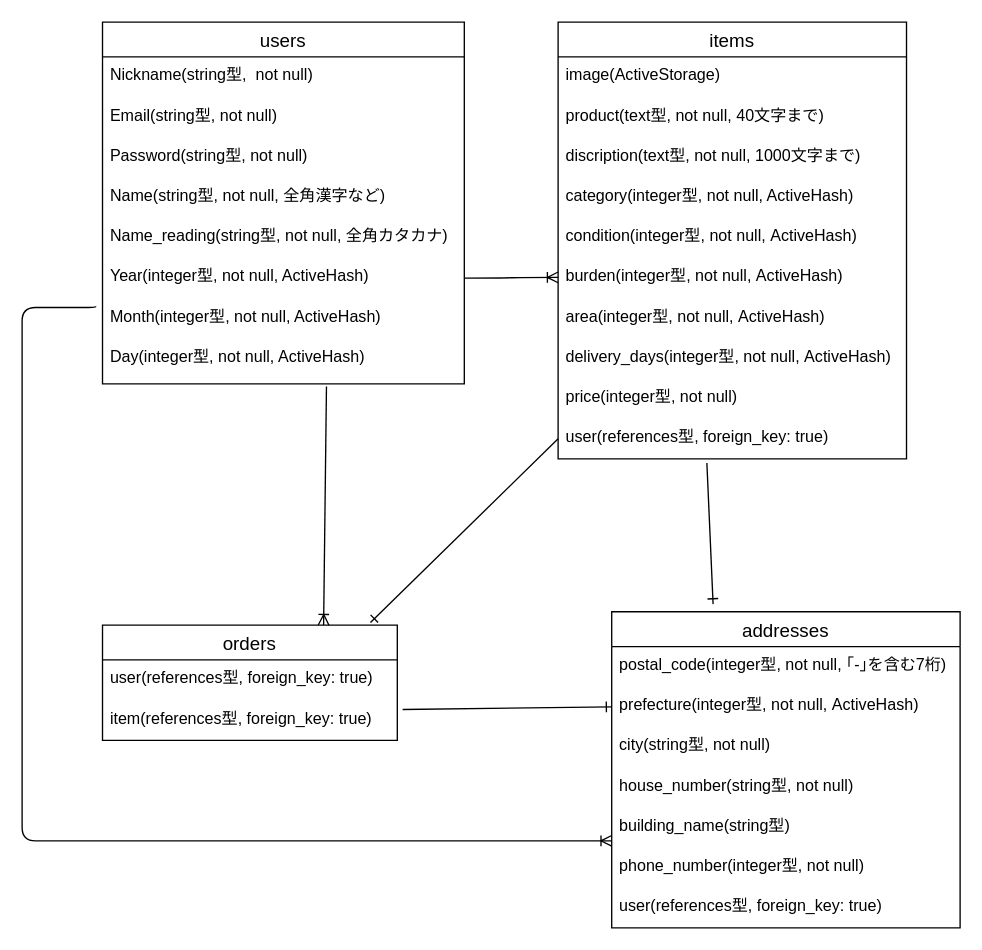
Earlier version of the draw.io diagram test.dio (Suguhito65/furima-31095). Source tidied: cells renumbered, new cells numbered last; positions are measured from the earlier drawing's top-left corner, leaving out a move shared by most shapes. Both pictures are drawn from the tidied source at 134%, with x=0, y=0 at pixel (21, 21).
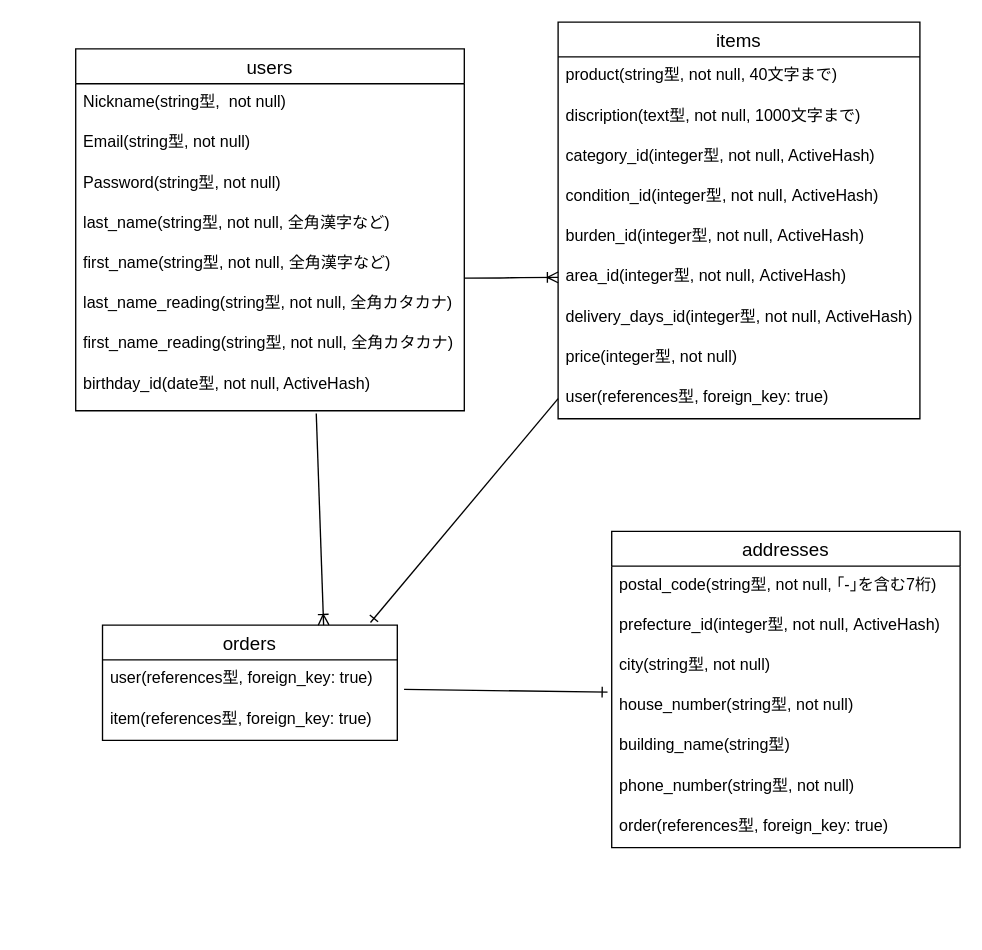
After the change.

Commit message (it also covers changes not shown here):
ER図とREADMEの修正

Unchanged cells that the change refers to:
```xml
<mxCell id="11" value="orders" style="swimlane;fontStyle=0;horizontal=1;startSize=26;align=center;fontSize=14;" parent="1" vertex="1">
  <mxGeometry x="60" y="450" width="220" height="86" as="geometry" />
</mxCell>
<mxCell id="12" value="user(references型, foreign_key: true)" style="text;strokeColor=none;fillColor=none;spacingLeft=4;spacingRight=4;overflow=hidden;points=[[0,0.5],[1,0.5]];portConstraint=eastwest;fontSize=12;" parent="11" vertex="1">
  <mxGeometry y="26" width="220" height="30" as="geometry" />
</mxCell>
<mxCell id="13" value="item(references型, foreign_key: true)" style="text;strokeColor=none;fillColor=none;spacingLeft=4;spacingRight=4;overflow=hidden;points=[[0,0.5],[1,0.5]];portConstraint=eastwest;fontSize=12;" parent="11" vertex="1">
  <mxGeometry y="56" width="220" height="30" as="geometry" />
</mxCell>
<mxCell id="29" value="house_number(string型, not null)" style="text;strokeColor=none;fillColor=none;spacingLeft=4;spacingRight=4;overflow=hidden;points=[[0,0.5],[1,0.5]];portConstraint=eastwest;fontSize=12;" parent="25" vertex="1">
  <mxGeometry y="116" width="260" height="30" as="geometry" />
</mxCell>
<mxCell id="30" value="building_name(string型)" style="text;strokeColor=none;fillColor=none;spacingLeft=4;spacingRight=4;overflow=hidden;points=[[0,0.5],[1,0.5]];portConstraint=eastwest;fontSize=12;" parent="25" vertex="1">
  <mxGeometry y="146" width="260" height="30" as="geometry" />
</mxCell>
```

What changed in the source:
```diff
@@
-    <mxCell id="2" value="users" style="swimlane;fontStyle=0;horizontal=1;startSize=26;align=center;fontSize=14;" parent="1" vertex="1">
-      <mxGeometry x="60" width="270" height="270" as="geometry" />
-    </mxCell>
-    <mxCell id="3" value="Nickname(string型,  not null)" style="text;strokeColor=none;fillColor=none;spacingLeft=4;spacingRight=4;overflow=hidden;fontSize=12;" parent="2" vertex="1">
-      <mxGeometry y="26" width="270" height="30" as="geometry" />
-    </mxCell>
-    <mxCell id="4" value="Email(string型, not null)" style="text;strokeColor=none;fillColor=none;spacingLeft=4;spacingRight=4;overflow=hidden;fontSize=12;" parent="2" vertex="1">
-      <mxGeometry y="56" width="270" height="30" as="geometry" />
-    </mxCell>
-    <mxCell id="5" value="Password(string型, not null)" style="text;strokeColor=none;fillColor=none;spacingLeft=4;spacingRight=4;overflow=hidden;fontSize=12;fontStyle=0;" parent="2" vertex="1">
-      <mxGeometry y="86" width="270" height="30" as="geometry" />
-    </mxCell>
-    <mxCell id="6" value="Name(string型, not null, 全角漢字など)" style="text;strokeColor=none;fillColor=none;spacingLeft=4;spacingRight=4;overflow=hidden;fontSize=12;" parent="2" vertex="1">
-      <mxGeometry y="116" width="270" height="30" as="geometry" />
-    </mxCell>
-    <mxCell id="7" value="Name_reading(string型, not null, 全角カタカナ)" style="text;strokeColor=none;fillColor=none;spacingLeft=4;spacingRight=4;overflow=hidden;fontSize=12;" parent="2" vertex="1">
-      <mxGeometry y="146" width="270" height="30" as="geometry" />
-    </mxCell>
-    <mxCell id="8" value="Year(integer型, not null, ActiveHash)" style="text;strokeColor=none;fillColor=none;spacingLeft=4;spacingRight=4;overflow=hidden;points=[[0,0.5],[1,0.5]];portConstraint=eastwest;fontSize=12;" parent="2" vertex="1">
-      <mxGeometry y="176" width="270" height="30" as="geometry" />
-    </mxCell>
-    <mxCell id="9" value="Month(integer型, not null, ActiveHash)" style="text;strokeColor=none;fillColor=none;spacingLeft=4;spacingRight=4;overflow=hidden;points=[[0,0.5],[1,0.5]];portConstraint=eastwest;fontSize=12;" parent="2" vertex="1">
-      <mxGeometry y="206" width="270" height="30" as="geometry" />
-    </mxCell>
-    <mxCell id="10" value="Day(integer型, not null, ActiveHash)" style="text;strokeColor=none;fillColor=none;spacingLeft=4;spacingRight=4;overflow=hidden;points=[[0,0.5],[1,0.5]];portConstraint=eastwest;fontSize=12;" parent="2" vertex="1">
-      <mxGeometry y="236" width="270" height="34" as="geometry" />
-    </mxCell>
@@
     <mxCell id="14" value="items" style="swimlane;fontStyle=0;horizontal=1;startSize=26;align=center;fontSize=14;" parent="1" vertex="1">
-      <mxGeometry x="400" width="260" height="326" as="geometry" />
+      <mxGeometry x="400" width="270" height="296" as="geometry" />
     </mxCell>
-    <mxCell id="15" value="image(ActiveStorage)" style="text;strokeColor=none;fillColor=none;spacingLeft=4;spacingRight=4;overflow=hidden;fontSize=12;" parent="14" vertex="1">
-      <mxGeometry y="26" width="260" height="30" as="geometry" />
-    </mxCell>
-    <mxCell id="16" value="product(text型, not null, 40文字まで)" style="text;strokeColor=none;fillColor=none;spacingLeft=4;spacingRight=4;overflow=hidden;fontSize=12;" parent="14" vertex="1">
-      <mxGeometry y="56" width="260" height="30" as="geometry" />
+    <mxCell id="16" value="product(string型, not null, 40文字まで)" style="text;strokeColor=none;fillColor=none;spacingLeft=4;spacingRight=4;overflow=hidden;fontSize=12;" parent="14" vertex="1">
+      <mxGeometry y="26" width="270" height="30" as="geometry" />
     </mxCell>
     <mxCell id="17" value="discription(text型, not null, 1000文字まで)" style="text;strokeColor=none;fillColor=none;spacingLeft=4;spacingRight=4;overflow=hidden;fontSize=12;" parent="14" vertex="1">
-      <mxGeometry y="86" width="260" height="30" as="geometry" />
+      <mxGeometry y="56" width="270" height="30" as="geometry" />
     </mxCell>
-    <mxCell id="18" value="category(integer型, not null, ActiveHash)" style="text;strokeColor=none;fillColor=none;spacingLeft=4;spacingRight=4;overflow=hidden;fontSize=12;" parent="14" vertex="1">
-      <mxGeometry y="116" width="260" height="30" as="geometry" />
+    <mxCell id="18" value="category_id(integer型, not null, ActiveHash)" style="text;strokeColor=none;fillColor=none;spacingLeft=4;spacingRight=4;overflow=hidden;fontSize=12;" parent="14" vertex="1">
+      <mxGeometry y="86" width="270" height="30" as="geometry" />
     </mxCell>
-    <mxCell id="19" value="condition(integer型, not null, ActiveHash)" style="text;strokeColor=none;fillColor=none;spacingLeft=4;spacingRight=4;overflow=hidden;fontSize=12;" parent="14" vertex="1">
-      <mxGeometry y="146" width="260" height="30" as="geometry" />
+    <mxCell id="19" value="condition_id(integer型, not null, ActiveHash)" style="text;strokeColor=none;fillColor=none;spacingLeft=4;spacingRight=4;overflow=hidden;fontSize=12;" parent="14" vertex="1">
+      <mxGeometry y="116" width="270" height="30" as="geometry" />
     </mxCell>
-    <mxCell id="20" value="burden(integer型, not null, ActiveHash)" style="text;strokeColor=none;fillColor=none;spacingLeft=4;spacingRight=4;overflow=hidden;fontSize=12;" parent="14" vertex="1">
-      <mxGeometry y="176" width="260" height="30" as="geometry" />
+    <mxCell id="20" value="burden_id(integer型, not null, ActiveHash)" style="text;strokeColor=none;fillColor=none;spacingLeft=4;spacingRight=4;overflow=hidden;fontSize=12;" parent="14" vertex="1">
+      <mxGeometry y="146" width="270" height="30" as="geometry" />
     </mxCell>
-    <mxCell id="21" value="area(integer型, not null, ActiveHash)" style="text;strokeColor=none;fillColor=none;spacingLeft=4;spacingRight=4;overflow=hidden;fontSize=12;" parent="14" vertex="1">
-      <mxGeometry y="206" width="260" height="30" as="geometry" />
+    <mxCell id="21" value="area_id(integer型, not null, ActiveHash)" style="text;strokeColor=none;fillColor=none;spacingLeft=4;spacingRight=4;overflow=hidden;fontSize=12;" parent="14" vertex="1">
+      <mxGeometry y="176" width="270" height="30" as="geometry" />
     </mxCell>
-    <mxCell id="22" value="delivery_days(integer型, not null, ActiveHash)" style="text;strokeColor=none;fillColor=none;spacingLeft=4;spacingRight=4;overflow=hidden;fontSize=12;" parent="14" vertex="1">
-      <mxGeometry y="236" width="260" height="30" as="geometry" />
+    <mxCell id="22" value="delivery_days_id(integer型, not null, ActiveHash)" style="text;strokeColor=none;fillColor=none;spacingLeft=4;spacingRight=4;overflow=hidden;fontSize=12;" parent="14" vertex="1">
+      <mxGeometry y="206" width="270" height="30" as="geometry" />
     </mxCell>
     <mxCell id="23" value="price(integer型, not null)" style="text;strokeColor=none;fillColor=none;spacingLeft=4;spacingRight=4;overflow=hidden;fontSize=12;" parent="14" vertex="1">
-      <mxGeometry y="266" width="260" height="30" as="geometry" />
+      <mxGeometry y="236" width="270" height="30" as="geometry" />
     </mxCell>
     <mxCell id="24" value="user(references型, foreign_key: true)" style="text;strokeColor=none;fillColor=none;spacingLeft=4;spacingRight=4;overflow=hidden;points=[[0,0.5],[1,0.5]];portConstraint=eastwest;fontSize=12;" parent="14" vertex="1">
-      <mxGeometry y="296" width="260" height="30" as="geometry" />
+      <mxGeometry y="266" width="270" height="30" as="geometry" />
     </mxCell>
+    <mxCell id="33" style="edgeStyle=entityRelationEdgeStyle;fontSize=12;html=1;endArrow=ERoneToMany;exitX=1;exitY=0.5;exitDx=0;exitDy=0;curved=1;" parent="1" edge="1">
+      <mxGeometry relative="1" as="geometry">
+        <mxPoint x="330" y="191" as="sourcePoint" />
+        <mxPoint x="400" y="190.5" as="targetPoint" />
+      </mxGeometry>
+    </mxCell>
+    <mxCell id="34" style="fontSize=12;html=1;endArrow=ERoneToMany;exitX=0.619;exitY=1.059;exitDx=0;exitDy=0;exitPerimeter=0;entryX=0.75;entryY=0;entryDx=0;entryDy=0;" parent="1" edge="1" source="10" target="11">
+      <mxGeometry relative="1" as="geometry" />
+    </mxCell>
+    <mxCell id="36" style="fontSize=12;html=1;endArrow=ERone;endFill=1;entryX=-0.012;entryY=0.133;entryDx=0;entryDy=0;exitX=1.023;exitY=0.733;exitDx=0;exitDy=0;exitPerimeter=0;entryPerimeter=0;" parent="1" edge="1" source="12" target="29">
+      <mxGeometry relative="1" as="geometry" />
+    </mxCell>
+    <mxCell id="37" style="fontSize=12;html=1;endArrow=ERone;endFill=1;exitX=0;exitY=0.5;exitDx=0;exitDy=0;entryX=0.909;entryY=-0.023;entryDx=0;entryDy=0;entryPerimeter=0;" parent="1" edge="1" source="24" target="11">
+      <mxGeometry relative="1" as="geometry" />
+    </mxCell>
     <mxCell id="25" value="addresses" style="swimlane;fontStyle=0;horizontal=1;startSize=26;align=center;fontSize=14;" parent="1" vertex="1">
-      <mxGeometry x="440" y="440" width="260" height="236" as="geometry" />
+      <mxGeometry x="440" y="380" width="260" height="236" as="geometry" />
     </mxCell>
-    <mxCell id="26" value="postal_code(integer型, not null, ｢-｣を含む7桁)" style="text;strokeColor=none;fillColor=none;spacingLeft=4;spacingRight=4;overflow=hidden;fontSize=12;" parent="25" vertex="1">
+    <mxCell id="26" value="postal_code(string型, not null, ｢-｣を含む7桁)" style="text;strokeColor=none;fillColor=none;spacingLeft=4;spacingRight=4;overflow=hidden;fontSize=12;" parent="25" vertex="1">
       <mxGeometry y="26" width="260" height="30" as="geometry" />
     </mxCell>
-    <mxCell id="27" value="prefecture(integer型, not null, ActiveHash)" style="text;strokeColor=none;fillColor=none;spacingLeft=4;spacingRight=4;overflow=hidden;points=[[0,0.5],[1,0.5]];portConstraint=eastwest;fontSize=12;" parent="25" vertex="1">
+    <mxCell id="27" value="prefecture_id(integer型, not null, ActiveHash)" style="text;strokeColor=none;fillColor=none;spacingLeft=4;spacingRight=4;overflow=hidden;points=[[0,0.5],[1,0.5]];portConstraint=eastwest;fontSize=12;" parent="25" vertex="1">
       <mxGeometry y="56" width="260" height="30" as="geometry" />
     </mxCell>
@@
-    <mxCell id="31" value="phone_number(integer型, not null)" style="text;strokeColor=none;fillColor=none;spacingLeft=4;spacingRight=4;overflow=hidden;fontSize=12;" parent="25" vertex="1">
+    <mxCell id="31" value="phone_number(string型, not null)" style="text;strokeColor=none;fillColor=none;spacingLeft=4;spacingRight=4;overflow=hidden;fontSize=12;" parent="25" vertex="1">
       <mxGeometry y="176" width="260" height="30" as="geometry" />
     </mxCell>
-    <mxCell id="32" value="user(references型, foreign_key: true)" style="text;strokeColor=none;fillColor=none;spacingLeft=4;spacingRight=4;overflow=hidden;fontSize=12;" parent="25" vertex="1">
+    <mxCell id="32" value="order(references型, foreign_key: true)" style="text;strokeColor=none;fillColor=none;spacingLeft=4;spacingRight=4;overflow=hidden;fontSize=12;" parent="25" vertex="1">
       <mxGeometry y="206" width="260" height="30" as="geometry" />
     </mxCell>
-    <mxCell id="33" style="edgeStyle=entityRelationEdgeStyle;fontSize=12;html=1;endArrow=ERoneToMany;exitX=1;exitY=0.5;exitDx=0;exitDy=0;curved=1;" parent="1" edge="1" source="8">
-      <mxGeometry relative="1" as="geometry">
-        <mxPoint x="400" y="190.5" as="targetPoint" />
-      </mxGeometry>
-    </mxCell>
-    <mxCell id="34" style="fontSize=12;html=1;endArrow=ERoneToMany;exitX=0.619;exitY=1.059;exitDx=0;exitDy=0;exitPerimeter=0;entryX=0.75;entryY=0;entryDx=0;entryDy=0;" parent="1" edge="1" source="10" target="11">
-      <mxGeometry relative="1" as="geometry" />
-    </mxCell>
-    <mxCell id="35" style="fontSize=12;html=1;endArrow=ERone;endFill=1;exitX=0.427;exitY=1.1;exitDx=0;exitDy=0;exitPerimeter=0;entryX=0.291;entryY=-0.024;entryDx=0;entryDy=0;entryPerimeter=0;" parent="1" edge="1" source="24" target="25">
-      <mxGeometry relative="1" as="geometry" />
-    </mxCell>
-    <mxCell id="36" style="fontSize=12;html=1;endArrow=ERone;endFill=1;entryX=0;entryY=0.5;entryDx=0;entryDy=0;exitX=1.018;exitY=0.233;exitDx=0;exitDy=0;exitPerimeter=0;" parent="1" edge="1" source="13" target="27">
-      <mxGeometry relative="1" as="geometry" />
-    </mxCell>
-    <mxCell id="37" style="fontSize=12;html=1;endArrow=ERone;endFill=1;exitX=0;exitY=0.5;exitDx=0;exitDy=0;entryX=0.909;entryY=-0.023;entryDx=0;entryDy=0;entryPerimeter=0;" parent="1" edge="1" source="24" target="11">
-      <mxGeometry relative="1" as="geometry" />
-    </mxCell>
-    <mxCell id="38" style="edgeStyle=orthogonalEdgeStyle;fontSize=12;html=1;endArrow=ERoneToMany;entryX=0;entryY=0.833;entryDx=0;entryDy=0;entryPerimeter=0;exitX=-0.019;exitY=0.2;exitDx=0;exitDy=0;exitPerimeter=0;" parent="1" edge="1" source="9" target="30">
-      <mxGeometry relative="1" as="geometry">
-        <Array as="points">
-          <mxPoint x="55" y="213" />
-          <mxPoint y="213" />
-          <mxPoint y="611" />
-        </Array>
-      </mxGeometry>
-    </mxCell>
+    <mxCell id="2" value="users" style="swimlane;fontStyle=0;horizontal=1;startSize=26;align=center;fontSize=14;" parent="1" vertex="1">
+      <mxGeometry x="40" y="20" width="290" height="270" as="geometry" />
+    </mxCell>
+    <mxCell id="3" value="Nickname(string型,  not null)" style="text;strokeColor=none;fillColor=none;spacingLeft=4;spacingRight=4;overflow=hidden;fontSize=12;" parent="2" vertex="1">
+      <mxGeometry y="26" width="290" height="30" as="geometry" />
+    </mxCell>
+    <mxCell id="4" value="Email(string型, not null)" style="text;strokeColor=none;fillColor=none;spacingLeft=4;spacingRight=4;overflow=hidden;fontSize=12;" parent="2" vertex="1">
+      <mxGeometry y="56" width="290" height="30" as="geometry" />
+    </mxCell>
+    <mxCell id="5" value="Password(string型, not null)" style="text;strokeColor=none;fillColor=none;spacingLeft=4;spacingRight=4;overflow=hidden;fontSize=12;fontStyle=0;" parent="2" vertex="1">
+      <mxGeometry y="86" width="290" height="30" as="geometry" />
+    </mxCell>
+    <mxCell id="6" value="last_name(string型, not null, 全角漢字など)" style="text;strokeColor=none;fillColor=none;spacingLeft=4;spacingRight=4;overflow=hidden;fontSize=12;" parent="2" vertex="1">
+      <mxGeometry y="116" width="290" height="30" as="geometry" />
+    </mxCell>
+    <mxCell id="39" value="first_name(string型, not null, 全角漢字など)" style="text;strokeColor=none;fillColor=none;spacingLeft=4;spacingRight=4;overflow=hidden;fontSize=12;" parent="2" vertex="1">
+      <mxGeometry y="146" width="290" height="30" as="geometry" />
+    </mxCell>
+    <mxCell id="7" value="last_name_reading(string型, not null, 全角カタカナ)" style="text;strokeColor=none;fillColor=none;spacingLeft=4;spacingRight=4;overflow=hidden;fontSize=12;" parent="2" vertex="1">
+      <mxGeometry y="176" width="290" height="30" as="geometry" />
+    </mxCell>
+    <mxCell id="40" value="first_name_reading(string型, not null, 全角カタカナ)" style="text;strokeColor=none;fillColor=none;spacingLeft=4;spacingRight=4;overflow=hidden;fontSize=12;" parent="2" vertex="1">
+      <mxGeometry y="206" width="290" height="30" as="geometry" />
+    </mxCell>
+    <mxCell id="10" value="birthday_id(date型, not null, ActiveHash)" style="text;strokeColor=none;fillColor=none;spacingLeft=4;spacingRight=4;overflow=hidden;points=[[0,0.5],[1,0.5]];portConstraint=eastwest;fontSize=12;" parent="2" vertex="1">
+      <mxGeometry y="236" width="290" height="34" as="geometry" />
+    </mxCell>
```
